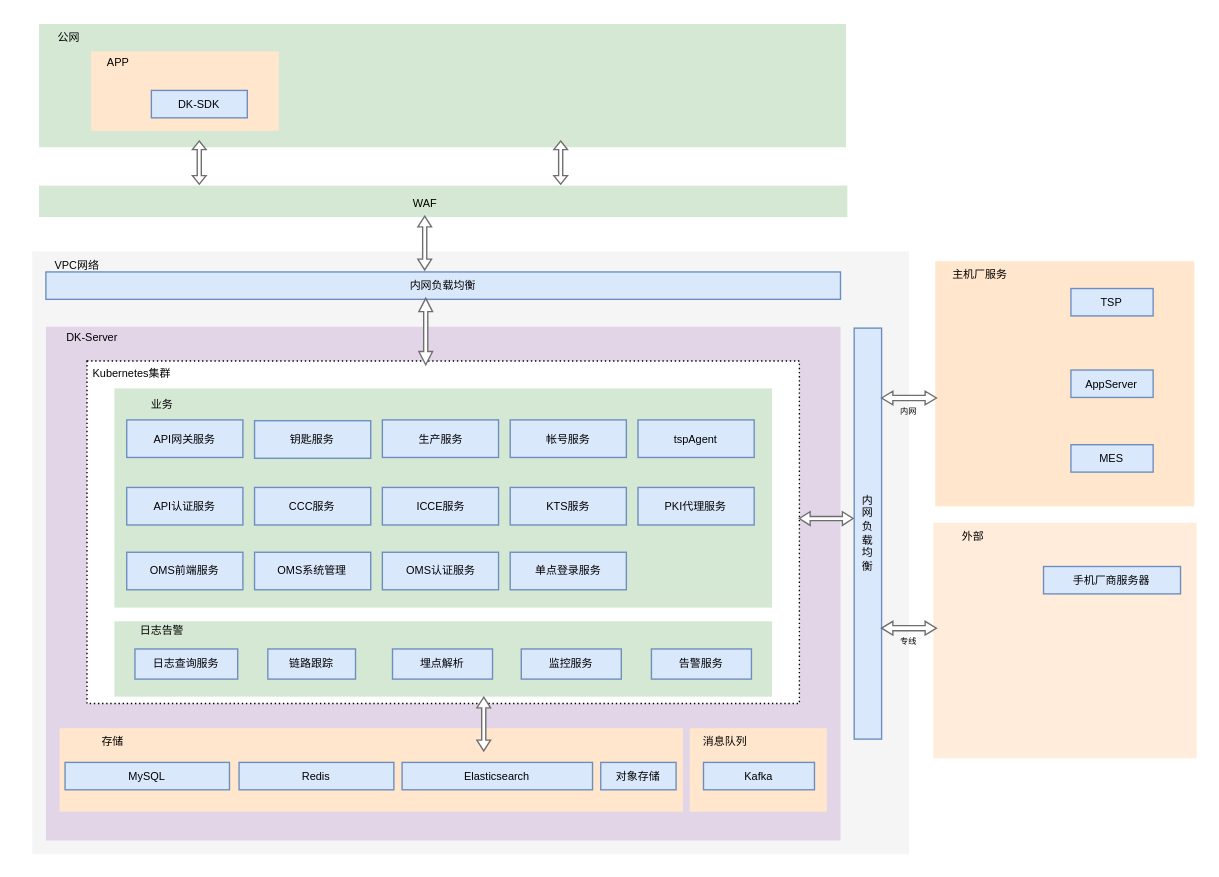
Earlier version of the draw.io diagram kda/数字钥匙部署架构图.drawio (jianguocong/chart). Source tidied: cells renumbered, new cells numbered last; positions are measured from the earlier drawing's top-left corner, leaving out a move shared by most shapes. Both pictures are drawn from the tidied source at 137%, with x=0, y=0 at pixel (23, 23).
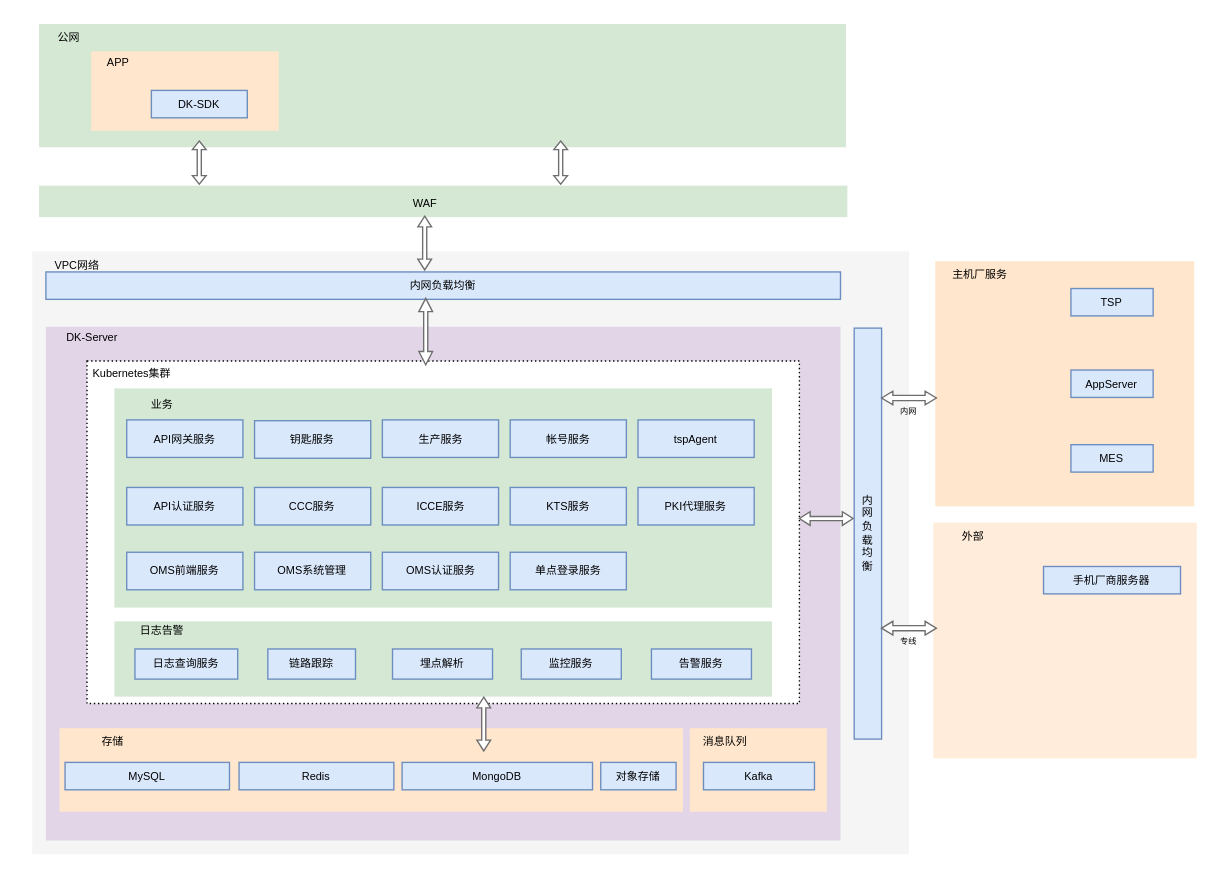
The same page after the edit.

Change to the diagram source:
```diff
@@
-    <mxCell id="16" value="Elasticsearch" style="rounded=0;whiteSpace=wrap;html=1;fillColor=#dae8fc;strokeColor=#6c8ebf;fontSize=8;" parent="1" vertex="1">
+    <mxCell id="16" value="MongoDB" style="rounded=0;whiteSpace=wrap;html=1;fillColor=#dae8fc;strokeColor=#6c8ebf;fontSize=8;" parent="1" vertex="1">
       <mxGeometry x="276" y="539" width="139" height="20" as="geometry" />
     </mxCell>
```
